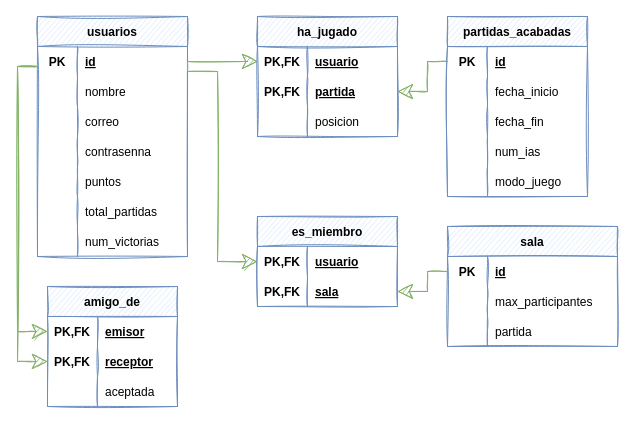
Above: page "Modelo relacional" (2 of 3) of Diseño BD/BD.drawio in UNIZAR-30226-2022-05/Backend (draw.io), before the change. Source tidied: cells renumbered, new cells numbered last; positions are measured from the earlier drawing's top-left corner, leaving out a move shared by most shapes. Both pictures are drawn from the tidied source at 100%, with x=0, y=0 at pixel (17, 16).
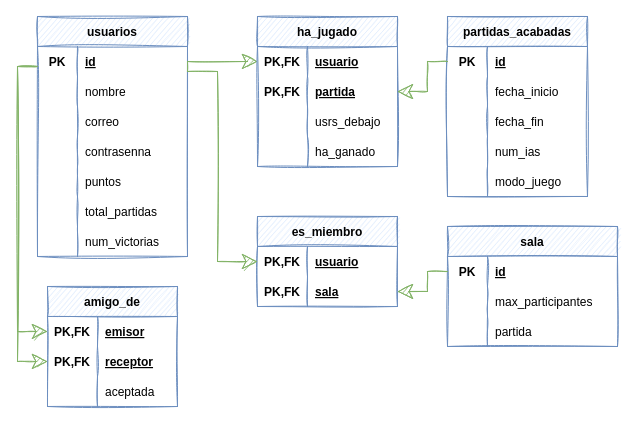
The same page after the edit.

The change refers to these unchanged cells:
```xml
<mxCell id="59" style="shape=partialRectangle;fillColor=none;top=0;left=0;bottom=1;right=0;points=[[0,0.5],[1,0.5]];portConstraint=eastwest;strokeColor=none;" parent="51" vertex="1">
  <mxGeometry y="90" width="140" height="30" as="geometry" />
</mxCell>
```

The edit, as a diff of the source:
```diff
@@
     <mxCell id="51" value="ha_jugado" style="shape=table;startSize=30;childLayout=tableLayout;rowLines=0;fontStyle=1;align=center;fillColor=#dae8fc;strokeColor=#6c8ebf;sketch=1;" parent="1" vertex="1">
-      <mxGeometry x="240" width="140" height="120" as="geometry" />
+      <mxGeometry x="240" width="140" height="150" as="geometry" />
     </mxCell>
@@
-    <mxCell id="61" value="posicion" style="shape=partialRectangle;fillColor=none;top=0;left=0;bottom=0;right=0;align=left;spacingLeft=6;fontStyle=0;overflow=hidden;" parent="59" vertex="1">
+    <mxCell id="61" value="usrs_debajo" style="shape=partialRectangle;fillColor=none;top=0;left=0;bottom=0;right=0;align=left;spacingLeft=6;fontStyle=0;overflow=hidden;" parent="59" vertex="1">
       <mxGeometry x="50" width="90" height="30" as="geometry" />
     </mxCell>
+    <mxCell id="89" style="shape=partialRectangle;fillColor=none;top=0;left=0;bottom=1;right=0;strokeColor=none;" parent="51" vertex="1">
+      <mxGeometry y="120" width="140" height="30" as="geometry" />
+    </mxCell>
+    <mxCell id="90" style="shape=partialRectangle;fillColor=none;top=0;left=0;bottom=0;right=0;fontStyle=0;overflow=hidden;" parent="89" vertex="1">
+      <mxGeometry width="50" height="30" as="geometry" />
+    </mxCell>
+    <mxCell id="91" value="ha_ganado" style="shape=partialRectangle;fillColor=none;top=0;left=0;bottom=0;right=0;align=left;spacingLeft=6;fontStyle=0;overflow=hidden;" parent="89" vertex="1">
+      <mxGeometry x="50" width="90" height="30" as="geometry" />
+    </mxCell>
```
